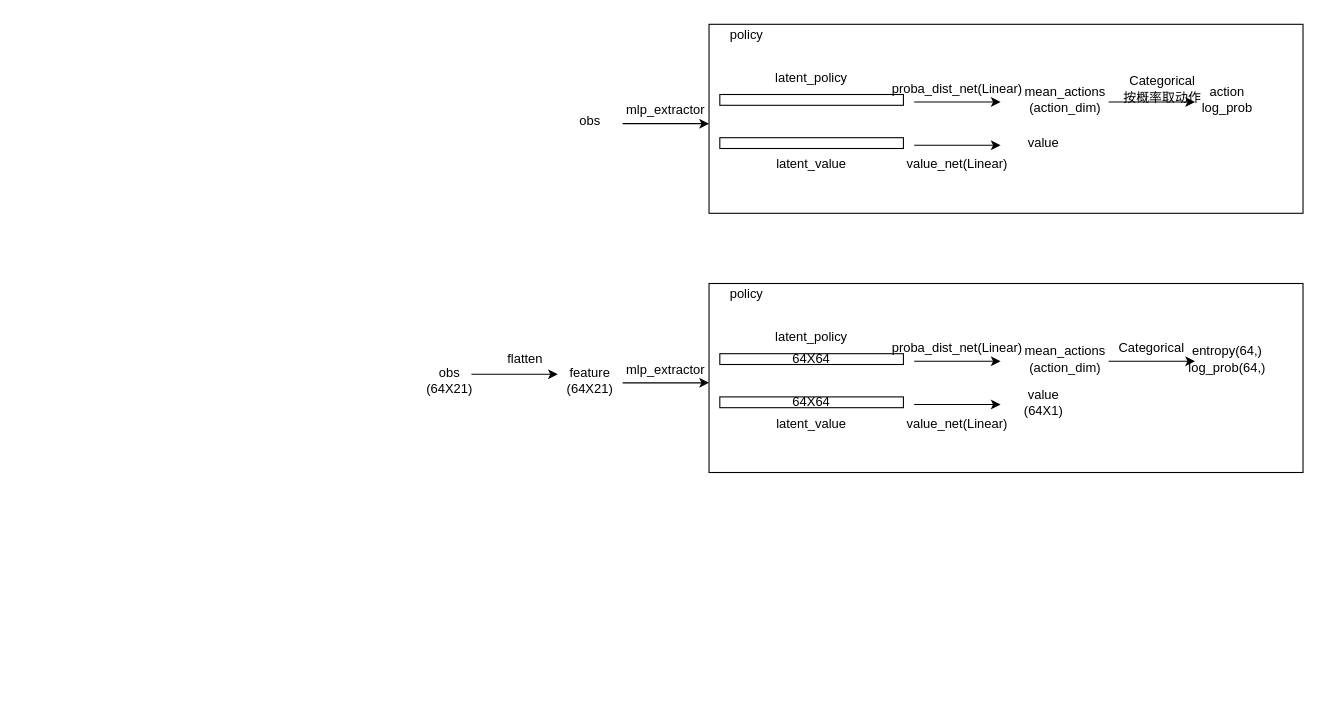
Before: ppo.drawio in Reynoll/Repository, a draw.io diagram. Source tidied: cells renumbered, new cells numbered last; positions are measured from the earlier drawing's top-left corner, leaving out a move shared by most shapes. Both pictures are drawn from the tidied source at 108%, with x=0, y=0 at pixel (417, 18).
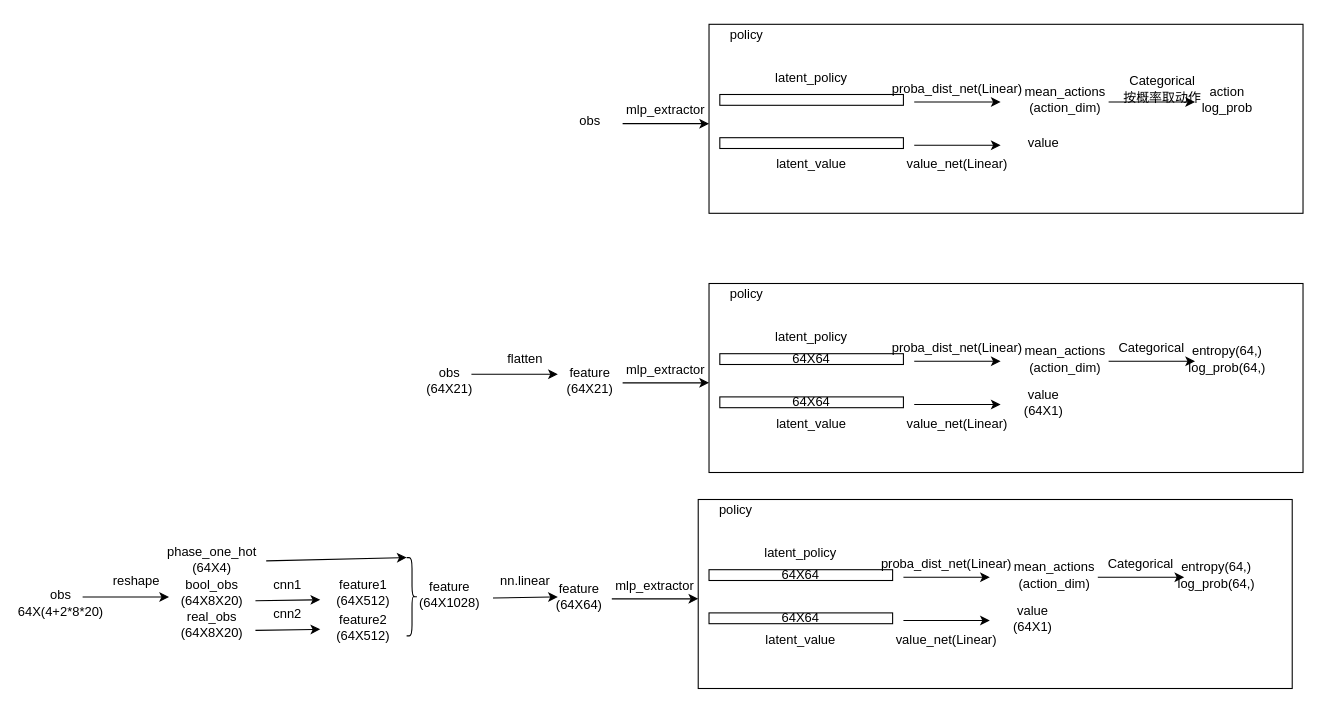
The same page after the edit.

Diff of the diagram source:
```diff
@@
+    <mxCell id="41" style="rounded=0;whiteSpace=wrap;html=1;" parent="1" vertex="1">
+      <mxGeometry x="260" y="445" width="550" height="175" as="geometry" />
+    </mxCell>
+    <mxCell id="42" value="64X64" style="rounded=0;whiteSpace=wrap;html=1;" parent="1" vertex="1">
+      <mxGeometry x="270" y="510" width="170" height="10" as="geometry" />
+    </mxCell>
+    <mxCell id="43" value="obs&lt;br&gt;64X(4+2*8*20)" style="text;strokeColor=none;align=center;fillColor=none;html=1;verticalAlign=middle;whiteSpace=wrap;rounded=0;" parent="1" vertex="1">
+      <mxGeometry x="-360" y="526.2" width="60" height="30" as="geometry" />
+    </mxCell>
+    <mxCell id="44" style="endArrow=classic;html=1;rounded=0;" parent="1" edge="1">
+      <mxGeometry relative="1" as="geometry">
+        <mxPoint x="180" y="537" as="sourcePoint" />
+        <mxPoint x="260" y="537" as="targetPoint" />
+      </mxGeometry>
+    </mxCell>
+    <mxCell id="45" value="mlp_extractor" style="text;strokeColor=none;align=center;fillColor=none;html=1;verticalAlign=middle;whiteSpace=wrap;rounded=0;" parent="1" vertex="1">
+      <mxGeometry x="190" y="510" width="60" height="30" as="geometry" />
+    </mxCell>
+    <mxCell id="46" value="64X64" style="rounded=0;whiteSpace=wrap;html=1;" parent="1" vertex="1">
+      <mxGeometry x="270" y="550" width="170" height="10" as="geometry" />
+    </mxCell>
+    <mxCell id="47" value="latent_policy" style="text;strokeColor=none;align=center;fillColor=none;html=1;verticalAlign=middle;whiteSpace=wrap;rounded=0;" parent="1" vertex="1">
+      <mxGeometry x="325" y="480" width="60" height="30" as="geometry" />
+    </mxCell>
+    <mxCell id="48" value="latent_value" style="text;strokeColor=none;align=center;fillColor=none;html=1;verticalAlign=middle;whiteSpace=wrap;rounded=0;" parent="1" vertex="1">
+      <mxGeometry x="325" y="560" width="60" height="30" as="geometry" />
+    </mxCell>
+    <mxCell id="49" style="endArrow=classic;html=1;rounded=0;" parent="1" edge="1">
+      <mxGeometry relative="1" as="geometry">
+        <mxPoint x="450" y="557" as="sourcePoint" />
+        <mxPoint x="530" y="557" as="targetPoint" />
+      </mxGeometry>
+    </mxCell>
+    <mxCell id="50" value="value_net(Linear)" style="text;strokeColor=none;align=center;fillColor=none;html=1;verticalAlign=middle;whiteSpace=wrap;rounded=0;" parent="1" vertex="1">
+      <mxGeometry x="460" y="560" width="60" height="30" as="geometry" />
+    </mxCell>
+    <mxCell id="51" value="value&lt;br&gt;(64X1)" style="text;strokeColor=none;align=center;fillColor=none;html=1;verticalAlign=middle;whiteSpace=wrap;rounded=0;" parent="1" vertex="1">
+      <mxGeometry x="540" y="540" width="60" height="30" as="geometry" />
+    </mxCell>
+    <mxCell id="52" style="endArrow=classic;html=1;rounded=0;" parent="1" edge="1">
+      <mxGeometry relative="1" as="geometry">
+        <mxPoint x="450" y="517" as="sourcePoint" />
+        <mxPoint x="530" y="517" as="targetPoint" />
+      </mxGeometry>
+    </mxCell>
+    <mxCell id="53" value="proba_dist_net(Linear)" style="text;strokeColor=none;align=center;fillColor=none;html=1;verticalAlign=middle;whiteSpace=wrap;rounded=0;" parent="1" vertex="1">
+      <mxGeometry x="460" y="490" width="60" height="30" as="geometry" />
+    </mxCell>
+    <mxCell id="54" value="mean_actions&lt;br&gt;(action_dim)" style="text;strokeColor=none;align=center;fillColor=none;html=1;verticalAlign=middle;whiteSpace=wrap;rounded=0;" parent="1" vertex="1">
+      <mxGeometry x="560" y="500" width="60" height="30" as="geometry" />
+    </mxCell>
+    <mxCell id="55" style="endArrow=classic;html=1;rounded=0;" parent="1" edge="1">
+      <mxGeometry relative="1" as="geometry">
+        <mxPoint x="630" y="517" as="sourcePoint" />
+        <mxPoint x="710" y="517" as="targetPoint" />
+      </mxGeometry>
+    </mxCell>
+    <mxCell id="56" value="Categorical" style="text;strokeColor=none;align=center;fillColor=none;html=1;verticalAlign=middle;whiteSpace=wrap;rounded=0;" parent="1" vertex="1">
+      <mxGeometry x="630" y="490" width="80" height="30" as="geometry" />
+    </mxCell>
+    <mxCell id="57" value="entropy(64,)&lt;br&gt;log_prob(64,)" style="text;strokeColor=none;align=center;fillColor=none;html=1;verticalAlign=middle;whiteSpace=wrap;rounded=0;" parent="1" vertex="1">
+      <mxGeometry x="710" y="500" width="60" height="30" as="geometry" />
+    </mxCell>
+    <mxCell id="58" value="policy" style="text;strokeColor=none;align=center;fillColor=none;html=1;verticalAlign=middle;whiteSpace=wrap;rounded=0;" parent="1" vertex="1">
+      <mxGeometry x="265" y="440" width="60" height="30" as="geometry" />
+    </mxCell>
+    <mxCell id="59" value="reshape" style="text;strokeColor=none;align=center;fillColor=none;html=1;verticalAlign=middle;whiteSpace=wrap;rounded=0;" parent="1" vertex="1">
+      <mxGeometry x="-290" y="506.2" width="60" height="30" as="geometry" />
+    </mxCell>
+    <mxCell id="60" style="endArrow=classic;html=1;rounded=0;" parent="1" edge="1">
+      <mxGeometry relative="1" as="geometry">
+        <mxPoint x="-310" y="535.2" as="sourcePoint" />
+        <mxPoint x="-230" y="535.2" as="targetPoint" />
+      </mxGeometry>
+    </mxCell>
+    <mxCell id="61" value="feature&lt;br&gt;(64X64)" style="text;strokeColor=none;align=center;fillColor=none;html=1;verticalAlign=middle;whiteSpace=wrap;rounded=0;" parent="1" vertex="1">
+      <mxGeometry x="120" y="520" width="60" height="30" as="geometry" />
+    </mxCell>
+    <mxCell id="62" value="phase_one_hot&lt;br&gt;(64X4)" style="text;strokeColor=none;align=center;fillColor=none;html=1;verticalAlign=middle;whiteSpace=wrap;rounded=0;" parent="1" vertex="1">
+      <mxGeometry x="-220" y="486.2" width="60" height="30" as="geometry" />
+    </mxCell>
+    <mxCell id="63" value="bool_obs (64X8X20)" style="text;strokeColor=none;align=center;fillColor=none;html=1;verticalAlign=middle;whiteSpace=wrap;rounded=0;" parent="1" vertex="1">
+      <mxGeometry x="-220" y="516.2" width="60" height="30" as="geometry" />
+    </mxCell>
+    <mxCell id="64" value="real_obs (64X8X20)" style="text;strokeColor=none;align=center;fillColor=none;html=1;verticalAlign=middle;whiteSpace=wrap;rounded=0;" parent="1" vertex="1">
+      <mxGeometry x="-220" y="546.2" width="60" height="30" as="geometry" />
+    </mxCell>
+    <mxCell id="65" value="cnn1" style="text;strokeColor=none;align=center;fillColor=none;html=1;verticalAlign=middle;whiteSpace=wrap;rounded=0;" parent="1" vertex="1">
+      <mxGeometry x="-150" y="508.8" width="60" height="30" as="geometry" />
+    </mxCell>
+    <mxCell id="66" style="endArrow=classic;html=1;rounded=0;" parent="1" edge="1">
+      <mxGeometry relative="1" as="geometry">
+        <mxPoint x="-150" y="538.8" as="sourcePoint" />
+        <mxPoint x="-90" y="537.8" as="targetPoint" />
+      </mxGeometry>
+    </mxCell>
+    <mxCell id="67" value="feature1 (64X512)" style="text;strokeColor=none;align=center;fillColor=none;html=1;verticalAlign=middle;whiteSpace=wrap;rounded=0;" parent="1" vertex="1">
+      <mxGeometry x="-80" y="516.2" width="60" height="30" as="geometry" />
+    </mxCell>
+    <mxCell id="68" value="feature2 (64X512)" style="text;strokeColor=none;align=center;fillColor=none;html=1;verticalAlign=middle;whiteSpace=wrap;rounded=0;" parent="1" vertex="1">
+      <mxGeometry x="-80" y="548.8" width="60" height="30" as="geometry" />
+    </mxCell>
+    <mxCell id="69" value="cnn2" style="text;strokeColor=none;align=center;fillColor=none;html=1;verticalAlign=middle;whiteSpace=wrap;rounded=0;" parent="1" vertex="1">
+      <mxGeometry x="-150" y="536.2" width="60" height="30" as="geometry" />
+    </mxCell>
+    <mxCell id="70" style="endArrow=classic;html=1;rounded=0;" parent="1" edge="1">
+      <mxGeometry relative="1" as="geometry">
+        <mxPoint x="-150" y="566.2" as="sourcePoint" />
+        <mxPoint x="-90" y="565.2" as="targetPoint" />
+      </mxGeometry>
+    </mxCell>
+    <mxCell id="71" style="endArrow=classic;html=1;rounded=0;" parent="1" edge="1">
+      <mxGeometry relative="1" as="geometry">
+        <mxPoint x="-140" y="501.8" as="sourcePoint" />
+        <mxPoint x="-10" y="498.8" as="targetPoint" />
+      </mxGeometry>
+    </mxCell>
+    <mxCell id="72" style="shape=curlyBracket;whiteSpace=wrap;html=1;rounded=1;flipH=1;labelPosition=right;verticalLabelPosition=middle;align=left;verticalAlign=middle;" parent="1" vertex="1">
+      <mxGeometry x="-10" y="498.8" width="10" height="72.5" as="geometry" />
+    </mxCell>
+    <mxCell id="73" value="feature&lt;br&gt;(64X1028)" style="text;strokeColor=none;align=center;fillColor=none;html=1;verticalAlign=middle;whiteSpace=wrap;rounded=0;" parent="1" vertex="1">
+      <mxGeometry y="517.5" width="60" height="30" as="geometry" />
+    </mxCell>
+    <mxCell id="74" value="nn.linear" style="text;strokeColor=none;align=center;fillColor=none;html=1;verticalAlign=middle;whiteSpace=wrap;rounded=0;" parent="1" vertex="1">
+      <mxGeometry x="70" y="506.2" width="60" height="30" as="geometry" />
+    </mxCell>
+    <mxCell id="75" style="endArrow=classic;html=1;rounded=0;exitX=0;exitY=1;exitDx=0;exitDy=0;" parent="1" edge="1" source="74">
+      <mxGeometry relative="1" as="geometry">
+        <mxPoint x="130" y="535.2" as="targetPoint" />
+      </mxGeometry>
+    </mxCell>
```
